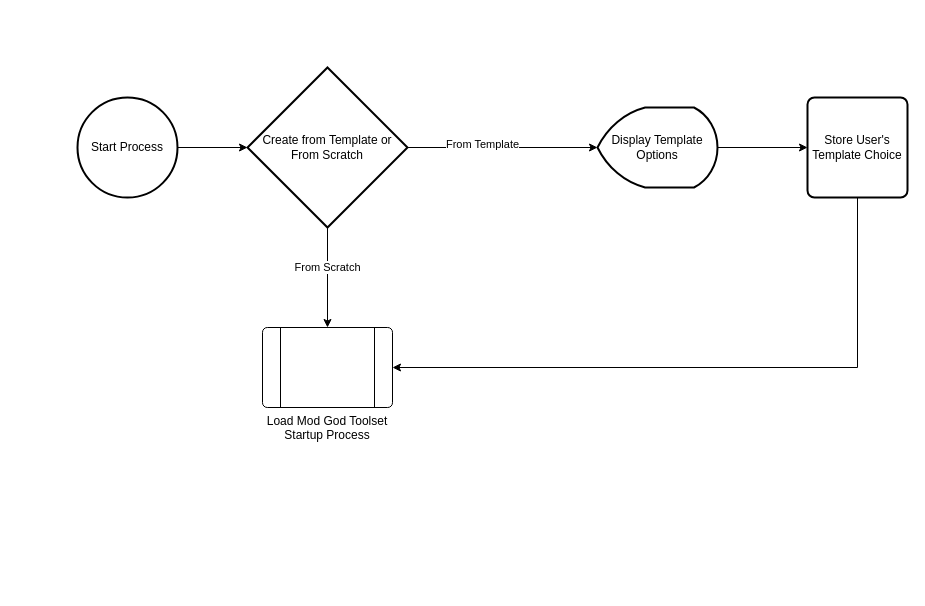
This is Phase2/Flowcharts/modgodToolset/TemplateCreation/CreateFromTemplateSubprocess2.6.2021.drawio from RPG-Research/bcirpg, a draw.io file, before an edit. Source tidied: cells renumbered, new cells numbered last; positions are measured from the earlier drawing's top-left corner, leaving out a move shared by most shapes. Both pictures are drawn from the tidied source at 100%, with x=0, y=0 at pixel (77, 67).
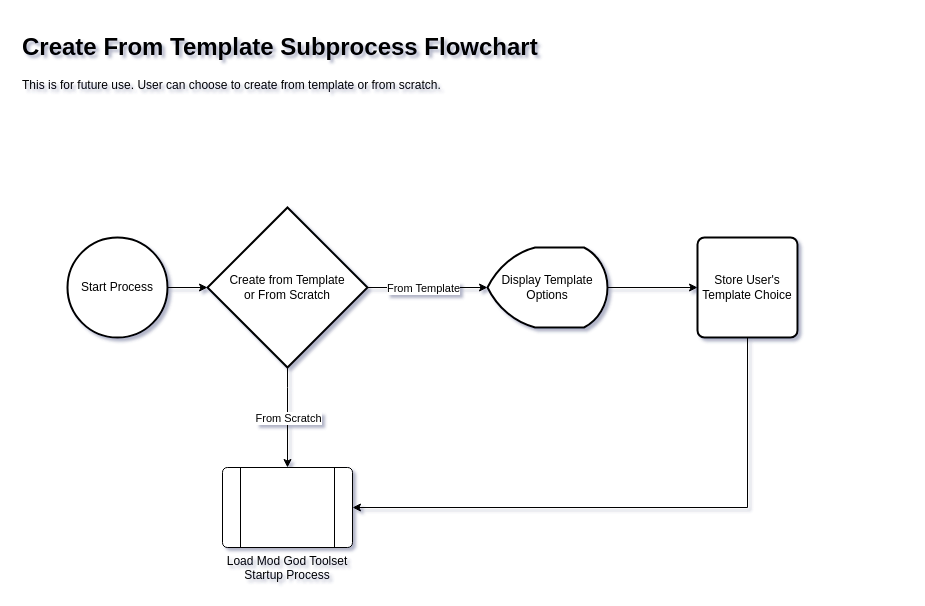
After the change.

Change to the diagram source:
```diff
@@
-<mxGraphModel>
+<mxGraphModel shadow="1">
   <root>
     <mxCell id="0" />
     <mxCell id="1" parent="0" />
     <mxCell id="2" style="edgeStyle=orthogonalEdgeStyle;rounded=0;jettySize=auto;html=1;" parent="1" edge="1" source="3" target="8">
       <mxGeometry relative="1" as="geometry" />
     </mxCell>
     <mxCell id="3" value="Start Process" style="strokeWidth=2;html=1;shape=mxgraph.flowchart.start_2;whiteSpace=wrap;" parent="1" vertex="1">
-      <mxGeometry y="30" width="100" height="100" as="geometry" />
+      <mxGeometry x="-10" y="170" width="100" height="100" as="geometry" />
     </mxCell>
     <mxCell id="4" style="edgeStyle=orthogonalEdgeStyle;rounded=0;jettySize=auto;html=1;exitX=1;exitY=0.5;exitDx=0;exitDy=0;exitPerimeter=0;" parent="1" edge="1" source="8" target="10">
       <mxGeometry relative="1" as="geometry" />
     </mxCell>
     <mxCell id="5" value="From Template" style="edgeLabel;html=1;align=center;verticalAlign=middle;" parent="4" vertex="1">
-      <mxGeometry x="-0.22" y="4" relative="1" as="geometry" />
+      <mxGeometry relative="1" as="geometry">
+        <mxPoint x="-5" as="offset" />
+      </mxGeometry>
     </mxCell>
     <mxCell id="6" style="edgeStyle=orthogonalEdgeStyle;rounded=0;jettySize=auto;html=1;exitX=0.5;exitY=1;exitDx=0;exitDy=0;exitPerimeter=0;entryX=0.5;entryY=0;entryDx=0;entryDy=0;" parent="1" edge="1" source="8" target="12">
-      <mxGeometry relative="1" as="geometry" />
+      <mxGeometry relative="1" as="geometry">
+        <Array as="points">
+          <mxPoint x="210" y="320" />
+          <mxPoint x="210" y="320" />
+        </Array>
+      </mxGeometry>
     </mxCell>
     <mxCell id="7" value="From Scratch" style="edgeLabel;html=1;align=center;verticalAlign=middle;" parent="6" vertex="1">
-      <mxGeometry x="-0.22" y="-1" relative="1" as="geometry" />
+      <mxGeometry relative="1" as="geometry" />
     </mxCell>
-    <mxCell id="8" value="Create from Template or&lt;br&gt;From Scratch" style="strokeWidth=2;html=1;shape=mxgraph.flowchart.decision;whiteSpace=wrap;" parent="1" vertex="1">
-      <mxGeometry x="170" width="160" height="160" as="geometry" />
+    <mxCell id="8" value="Create from Template&lt;br&gt;or From Scratch" style="strokeWidth=2;html=1;shape=mxgraph.flowchart.decision;whiteSpace=wrap;" parent="1" vertex="1">
+      <mxGeometry x="130" y="140" width="160" height="160" as="geometry" />
     </mxCell>
-    <mxCell id="9" style="edgeStyle=orthogonalEdgeStyle;rounded=0;jettySize=auto;html=1;entryX=0;entryY=0.5;entryDx=0;entryDy=0;" parent="1" edge="1" source="10" target="14">
+    <mxCell id="9" style="edgeStyle=orthogonalEdgeStyle;rounded=0;jettySize=auto;html=1;entryX=0;entryY=0.5;entryDx=0;entryDy=0;exitX=1;exitY=0.5;exitDx=0;exitDy=0;exitPerimeter=0;" parent="1" edge="1" source="10" target="14">
       <mxGeometry relative="1" as="geometry" />
     </mxCell>
     <mxCell id="10" value="Display Template Options" style="strokeWidth=2;html=1;shape=mxgraph.flowchart.display;whiteSpace=wrap;" parent="1" vertex="1">
-      <mxGeometry x="520" y="40" width="120" height="80" as="geometry" />
+      <mxGeometry x="410" y="180" width="120" height="80" as="geometry" />
     </mxCell>
     <mxCell id="11" style="edgeStyle=orthogonalEdgeStyle;rounded=0;orthogonalLoop=1;jettySize=auto;html=1;exitX=0.5;exitY=1;exitDx=0;exitDy=0;exitPerimeter=0;" parent="1" edge="1" source="8" target="8">
       <mxGeometry relative="1" as="geometry" />
     </mxCell>
     <mxCell id="12" value="Load Mod God Toolset Startup Process&lt;br&gt;" style="verticalLabelPosition=bottom;verticalAlign=top;html=1;shape=process;whiteSpace=wrap;rounded=1;size=0.14;arcSize=6;" parent="1" vertex="1">
-      <mxGeometry x="185" y="260" width="130" height="80" as="geometry" />
+      <mxGeometry x="145" y="400" width="130" height="80" as="geometry" />
     </mxCell>
-    <mxCell id="13" style="edgeStyle=orthogonalEdgeStyle;rounded=0;jettySize=auto;html=1;entryX=1;entryY=0.5;entryDx=0;entryDy=0;" parent="1" edge="1" source="14" target="12">
+    <mxCell id="13" style="edgeStyle=orthogonalEdgeStyle;rounded=0;jettySize=auto;html=1;entryX=1;entryY=0.5;entryDx=0;entryDy=0;exitX=0.5;exitY=1;exitDx=0;exitDy=0;" parent="1" edge="1" source="14" target="12">
       <mxGeometry relative="1" as="geometry">
         <Array as="points">
-          <mxPoint x="780" y="300" />
+          <mxPoint x="670" y="440" />
         </Array>
       </mxGeometry>
     </mxCell>
     <mxCell id="14" value="Store User's Template Choice" style="rounded=1;whiteSpace=wrap;html=1;absoluteArcSize=1;arcSize=14;strokeWidth=2;" parent="1" vertex="1">
-      <mxGeometry x="730" y="30" width="100" height="100" as="geometry" />
+      <mxGeometry x="620" y="170" width="100" height="100" as="geometry" />
     </mxCell>
+    <mxCell id="15" value="&lt;h1&gt;Create From Template Subprocess Flowchart&lt;/h1&gt;&lt;p&gt;This is for future use. User can choose to create from template or from scratch.&lt;/p&gt;&lt;p&gt;&lt;br&gt;&lt;/p&gt;" style="text;html=1;strokeColor=none;fillColor=none;spacing=5;spacingTop=-20;whiteSpace=wrap;overflow=hidden;rounded=0;" parent="1" vertex="1">
+      <mxGeometry x="-60" y="-40" width="830" height="100" as="geometry" />
+    </mxCell>
   </root>
 </mxGraphModel>
```
